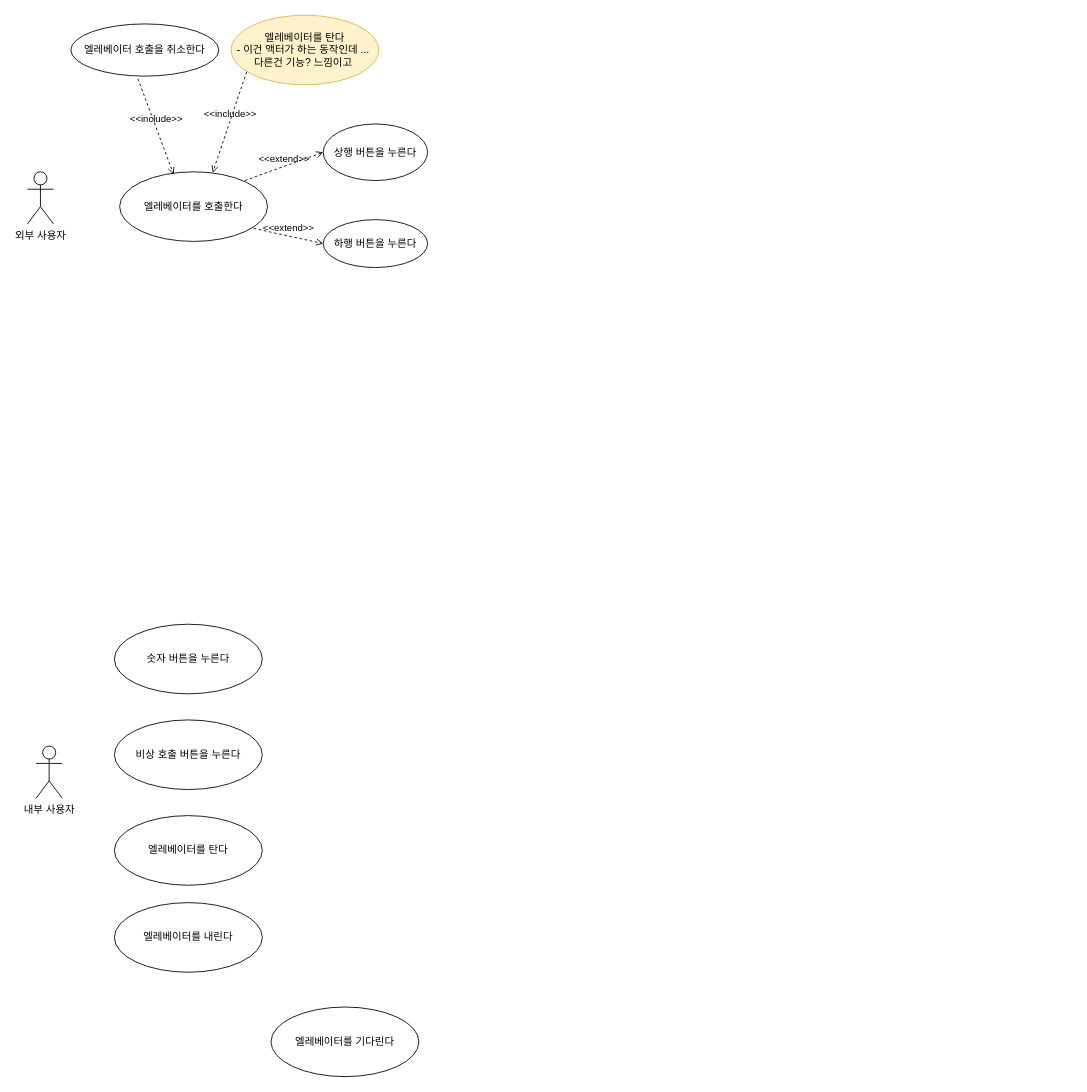
Before: usecase_diagram/elevator_system.drawio in Jin-bright/diagram_study, a draw.io diagram. Source tidied: cells renumbered, new cells numbered last; positions are measured from the earlier drawing's top-left corner, leaving out a move shared by most shapes. Both pictures are drawn from the tidied source at 87%, with x=0, y=0 at pixel (27, 15).
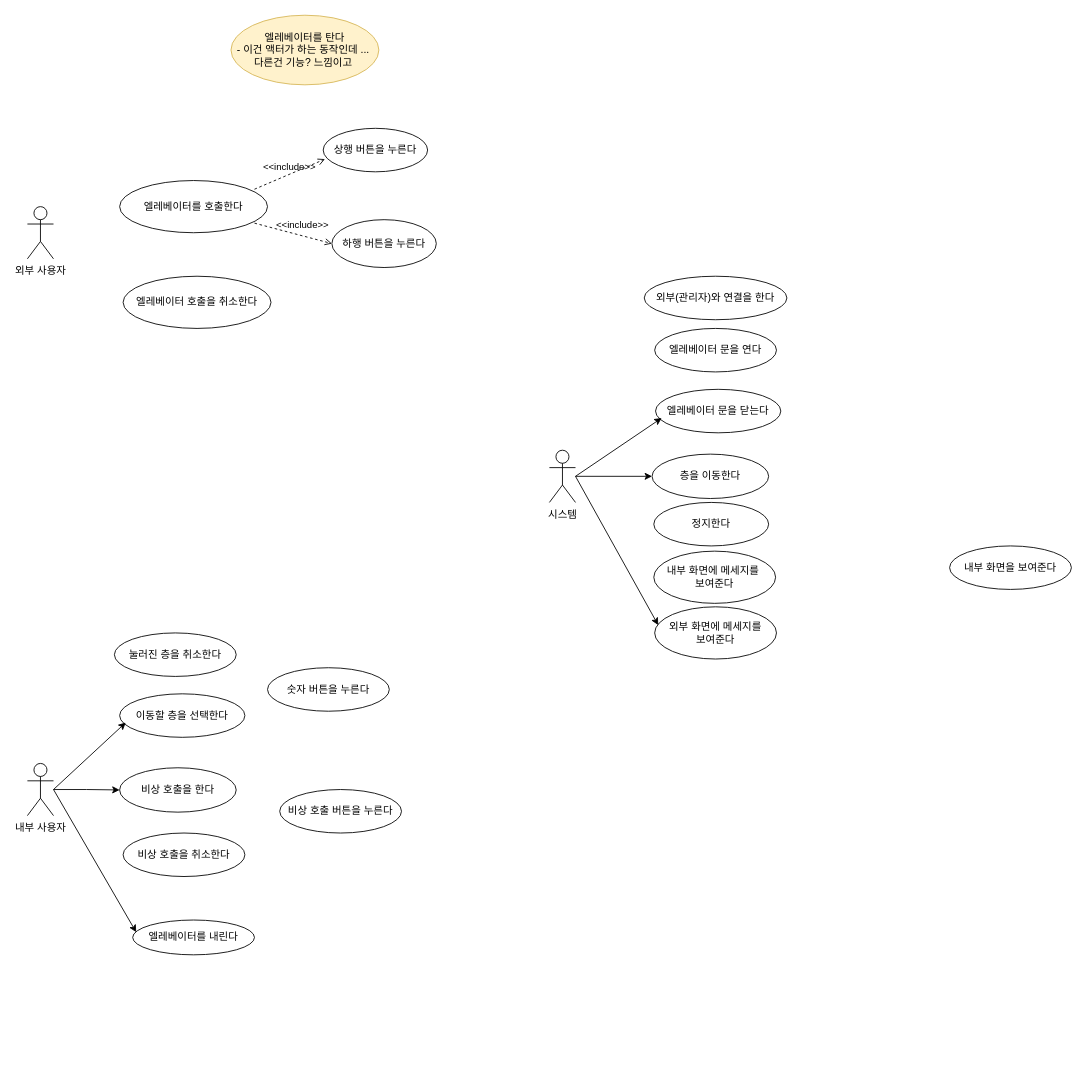
The same page after the edit.

Unchanged cells that the change refers to:
```xml
<mxCell id="5" value="엘레베이터를 탄다&lt;br&gt;- 이건 액터가 하는 동작인데 ...&amp;nbsp;&lt;br&gt;다른건 기능? 느낌이고&amp;nbsp;" style="ellipse;whiteSpace=wrap;html=1;fillColor=#fff2cc;strokeColor=#d6b656;" parent="1" vertex="1">
  <mxGeometry x="234" width="170" height="80" as="geometry" />
</mxCell>
```

What changed in the source:
```diff
@@
     <mxCell id="2" value="외부 사용자" style="shape=umlActor;verticalLabelPosition=bottom;verticalAlign=top;html=1;" parent="1" vertex="1">
-      <mxGeometry y="180" width="30" height="60" as="geometry" />
+      <mxGeometry y="220" width="30" height="60" as="geometry" />
     </mxCell>
     <mxCell id="3" value="상행 버튼을 누른다" style="ellipse;whiteSpace=wrap;html=1;" parent="1" vertex="1">
-      <mxGeometry x="340" y="125" width="120" height="65" as="geometry" />
+      <mxGeometry x="340" y="130" width="120" height="50" as="geometry" />
     </mxCell>
     <mxCell id="4" value="하행 버튼을 누른다" style="ellipse;whiteSpace=wrap;html=1;" parent="1" vertex="1">
-      <mxGeometry x="340" y="235" width="120" height="55" as="geometry" />
+      <mxGeometry x="350" y="235" width="120" height="55" as="geometry" />
     </mxCell>
@@
+    <mxCell id="18" style="edgeStyle=orthogonalEdgeStyle;rounded=0;jettySize=auto;html=1;" parent="1" edge="1" source="6" target="8">
+      <mxGeometry relative="1" as="geometry" />
+    </mxCell>
     <mxCell id="6" value="내부 사용자" style="shape=umlActor;verticalLabelPosition=bottom;verticalAlign=top;html=1;outlineConnect=0;" parent="1" vertex="1">
-      <mxGeometry x="10" y="840" width="30" height="60" as="geometry" />
+      <mxGeometry y="860" width="30" height="60" as="geometry" />
     </mxCell>
     <mxCell id="7" value="숫자 버튼을 누른다" style="ellipse;whiteSpace=wrap;html=1;" parent="1" vertex="1">
-      <mxGeometry x="100" y="700" width="170" height="80" as="geometry" />
+      <mxGeometry x="276" y="750" width="140" height="50" as="geometry" />
     </mxCell>
-    <mxCell id="8" value="비상 호출 버튼을 누른다" style="ellipse;whiteSpace=wrap;html=1;" parent="1" vertex="1">
-      <mxGeometry x="100" y="810" width="170" height="80" as="geometry" />
+    <mxCell id="8" value="비상 호출을 한다" style="ellipse;whiteSpace=wrap;html=1;" parent="1" vertex="1">
+      <mxGeometry x="106" y="865" width="134" height="51" as="geometry" />
     </mxCell>
-    <mxCell id="9" value="엘레베이터를 탄다" style="ellipse;whiteSpace=wrap;html=1;" parent="1" vertex="1">
-      <mxGeometry x="100" y="920" width="170" height="80" as="geometry" />
-    </mxCell>
-    <mxCell id="10" value="엘레베이터를 기다린다" style="ellipse;whiteSpace=wrap;html=1;" parent="1" vertex="1">
-      <mxGeometry x="280" y="1140" width="170" height="80" as="geometry" />
-    </mxCell>
     <mxCell id="11" value="엘레베이터를 내린다" style="ellipse;whiteSpace=wrap;html=1;" parent="1" vertex="1">
-      <mxGeometry x="100" y="1020" width="170" height="80" as="geometry" />
+      <mxGeometry x="121" y="1040" width="140" height="40" as="geometry" />
     </mxCell>
     <mxCell id="12" value="엘레베이터를 호출한다" style="ellipse;whiteSpace=wrap;html=1;" parent="1" vertex="1">
-      <mxGeometry x="106" y="180" width="170" height="80" as="geometry" />
+      <mxGeometry x="106" y="190" width="170" height="60" as="geometry" />
     </mxCell>
+    <mxCell id="19" value="이동할 층을 선택한다" style="ellipse;whiteSpace=wrap;html=1;" parent="1" vertex="1">
+      <mxGeometry x="106" y="780" width="144" height="50" as="geometry" />
+    </mxCell>
+    <mxCell id="20" value="눌러진 층을 취소한다" style="ellipse;whiteSpace=wrap;html=1;" parent="1" vertex="1">
+      <mxGeometry x="100" y="710" width="140" height="50" as="geometry" />
+    </mxCell>
+    <mxCell id="21" value="비상 호출을 취소한다" style="ellipse;whiteSpace=wrap;html=1;" parent="1" vertex="1">
+      <mxGeometry x="110" y="940" width="140" height="50" as="geometry" />
+    </mxCell>
+    <mxCell id="22" style="endArrow=classic;html=1;rounded=0;entryX=0.049;entryY=0.66;entryDx=0;entryDy=0;entryPerimeter=0;" parent="1" edge="1" target="19">
+      <mxGeometry relative="1" as="geometry">
+        <mxPoint x="30" y="890" as="sourcePoint" />
+      </mxGeometry>
+    </mxCell>
+    <mxCell id="23" style="endArrow=classic;html=1;rounded=0;entryX=0.029;entryY=0.35;entryDx=0;entryDy=0;entryPerimeter=0;" parent="1" edge="1" target="11">
+      <mxGeometry relative="1" as="geometry">
+        <mxPoint x="30" y="890" as="sourcePoint" />
+      </mxGeometry>
+    </mxCell>
+    <mxCell id="24" value="비상 호출 버튼을 누른다" style="ellipse;whiteSpace=wrap;html=1;" parent="1" vertex="1">
+      <mxGeometry x="290" y="890" width="140" height="50" as="geometry" />
+    </mxCell>
     <mxCell id="13" value="엘레베이터 호출을 취소한다" style="ellipse;whiteSpace=wrap;html=1;" parent="1" vertex="1">
-      <mxGeometry x="50" y="10" width="170" height="60" as="geometry" />
+      <mxGeometry x="110" y="300" width="170" height="60" as="geometry" />
     </mxCell>
-    <mxCell id="14" value="&amp;lt;&amp;lt;include&amp;gt;&amp;gt;" style="html=1;verticalAlign=bottom;labelBackgroundColor=none;endArrow=open;endFill=0;dashed=1;rounded=0;entryX=0.365;entryY=0.038;entryDx=0;entryDy=0;entryPerimeter=0;exitX=0.453;exitY=1.05;exitDx=0;exitDy=0;exitPerimeter=0;" parent="1" edge="1" source="13" target="12">
-      <mxGeometry relative="1" as="geometry" />
-    </mxCell>
-    <mxCell id="15" value="&amp;lt;&amp;lt;include&amp;gt;&amp;gt;" style="html=1;verticalAlign=bottom;labelBackgroundColor=none;endArrow=open;endFill=0;dashed=1;rounded=0;entryX=0.629;entryY=0.013;entryDx=0;entryDy=0;entryPerimeter=0;exitX=0.106;exitY=0.813;exitDx=0;exitDy=0;exitPerimeter=0;" parent="1" edge="1" source="5" target="12">
-      <mxGeometry relative="1" as="geometry" />
-    </mxCell>
-    <mxCell id="16" value="&amp;lt;&amp;lt;extend&amp;gt;&amp;gt;" style="html=1;verticalAlign=bottom;labelBackgroundColor=none;endArrow=open;endFill=0;dashed=1;rounded=0;entryX=0;entryY=0.5;entryDx=0;entryDy=0;exitX=0.847;exitY=0.125;exitDx=0;exitDy=0;exitPerimeter=0;" parent="1" edge="1" source="12" target="3">
-      <mxGeometry relative="1" as="geometry" />
-    </mxCell>
-    <mxCell id="17" value="&amp;lt;&amp;lt;extend&amp;gt;&amp;gt;" style="html=1;verticalAlign=bottom;labelBackgroundColor=none;endArrow=open;endFill=0;dashed=1;rounded=0;entryX=0;entryY=0.5;entryDx=0;entryDy=0;" parent="1" edge="1" target="4">
-      <mxGeometry relative="1" as="geometry">
-        <mxPoint x="260" y="245" as="sourcePoint" />
-      </mxGeometry>
-    </mxCell>
+    <mxCell id="25" value="&amp;lt;&amp;lt;include&amp;gt;&amp;gt;" style="html=1;verticalAlign=bottom;labelBackgroundColor=none;endArrow=open;endFill=0;dashed=1;rounded=0;entryX=0.017;entryY=0.708;entryDx=0;entryDy=0;entryPerimeter=0;" parent="1" edge="1" target="3">
+      <mxGeometry relative="1" as="geometry">
+        <mxPoint x="261" y="200" as="sourcePoint" />
+      </mxGeometry>
+    </mxCell>
+    <mxCell id="26" value="&amp;lt;&amp;lt;include&amp;gt;&amp;gt;" style="html=1;verticalAlign=bottom;labelBackgroundColor=none;endArrow=open;endFill=0;dashed=1;rounded=0;entryX=0;entryY=0.5;entryDx=0;entryDy=0;" parent="1" edge="1" target="4">
+      <mxGeometry x="0.22" y="3" relative="1" as="geometry">
+        <mxPoint x="261" y="239" as="sourcePoint" />
+      </mxGeometry>
+    </mxCell>
+    <mxCell id="27" style="edgeStyle=orthogonalEdgeStyle;rounded=0;jettySize=auto;html=1;" parent="1" edge="1" source="28" target="30">
+      <mxGeometry relative="1" as="geometry" />
+    </mxCell>
+    <mxCell id="28" value="시스템" style="shape=umlActor;verticalLabelPosition=bottom;verticalAlign=top;html=1;outlineConnect=0;" parent="1" vertex="1">
+      <mxGeometry x="600" y="500" width="30" height="60" as="geometry" />
+    </mxCell>
+    <mxCell id="29" value="외부(관리자)와 연결을 한다" style="ellipse;whiteSpace=wrap;html=1;" parent="1" vertex="1">
+      <mxGeometry x="709" y="300" width="164" height="50" as="geometry" />
+    </mxCell>
+    <mxCell id="30" value="층을 이동한다" style="ellipse;whiteSpace=wrap;html=1;" parent="1" vertex="1">
+      <mxGeometry x="718" y="504.5" width="134" height="51" as="geometry" />
+    </mxCell>
+    <mxCell id="31" value="외부 화면에 메세지를&lt;br&gt;보여준다" style="ellipse;whiteSpace=wrap;html=1;" parent="1" vertex="1">
+      <mxGeometry x="721" y="680" width="140" height="60" as="geometry" />
+    </mxCell>
+    <mxCell id="32" value="엘레베이터 문을 닫는다" style="ellipse;whiteSpace=wrap;html=1;" parent="1" vertex="1">
+      <mxGeometry x="722" y="430" width="144" height="50" as="geometry" />
+    </mxCell>
+    <mxCell id="33" value="엘레베이터 문을 연다" style="ellipse;whiteSpace=wrap;html=1;" parent="1" vertex="1">
+      <mxGeometry x="721" y="360" width="140" height="50" as="geometry" />
+    </mxCell>
+    <mxCell id="34" value="내부 화면을 보여준다" style="ellipse;whiteSpace=wrap;html=1;" parent="1" vertex="1">
+      <mxGeometry x="1060" y="610" width="140" height="50" as="geometry" />
+    </mxCell>
+    <mxCell id="35" style="endArrow=classic;html=1;rounded=0;entryX=0.049;entryY=0.66;entryDx=0;entryDy=0;entryPerimeter=0;" parent="1" edge="1" target="32">
+      <mxGeometry relative="1" as="geometry">
+        <mxPoint x="630" y="530" as="sourcePoint" />
+      </mxGeometry>
+    </mxCell>
+    <mxCell id="36" style="endArrow=classic;html=1;rounded=0;entryX=0.029;entryY=0.35;entryDx=0;entryDy=0;entryPerimeter=0;" parent="1" edge="1" target="31">
+      <mxGeometry relative="1" as="geometry">
+        <mxPoint x="630" y="530" as="sourcePoint" />
+      </mxGeometry>
+    </mxCell>
+    <mxCell id="37" value="정지한다" style="ellipse;whiteSpace=wrap;html=1;" parent="1" vertex="1">
+      <mxGeometry x="720" y="560" width="132" height="50" as="geometry" />
+    </mxCell>
+    <mxCell id="38" value="내부 화면에 메세지를&amp;nbsp;&lt;br&gt;보여준다" style="ellipse;whiteSpace=wrap;html=1;" parent="1" vertex="1">
+      <mxGeometry x="720" y="616" width="140" height="60" as="geometry" />
+    </mxCell>
```
